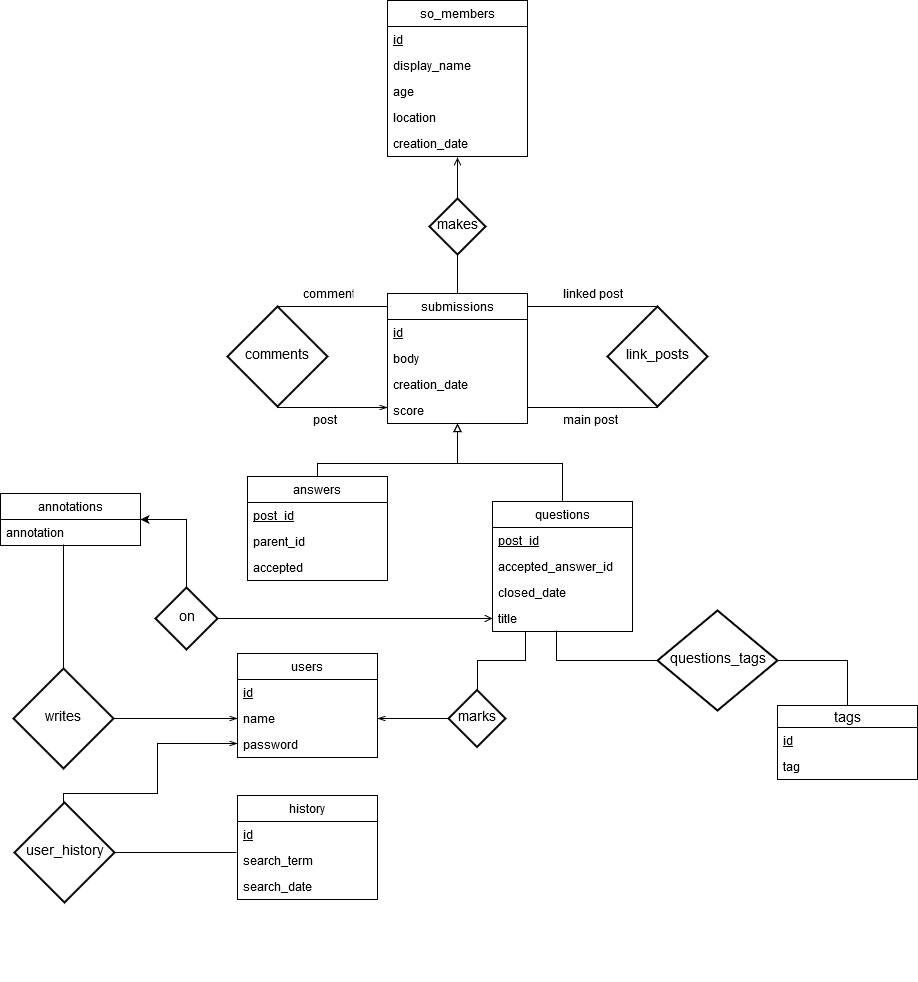
This is uml.png from ivanspajic/SOVA, a draw.io export, as it was before one commit. Source tidied: cells renumbered, new cells last; positions are measured from the earlier drawing's top-left corner, leaving out a move shared by most shapes.
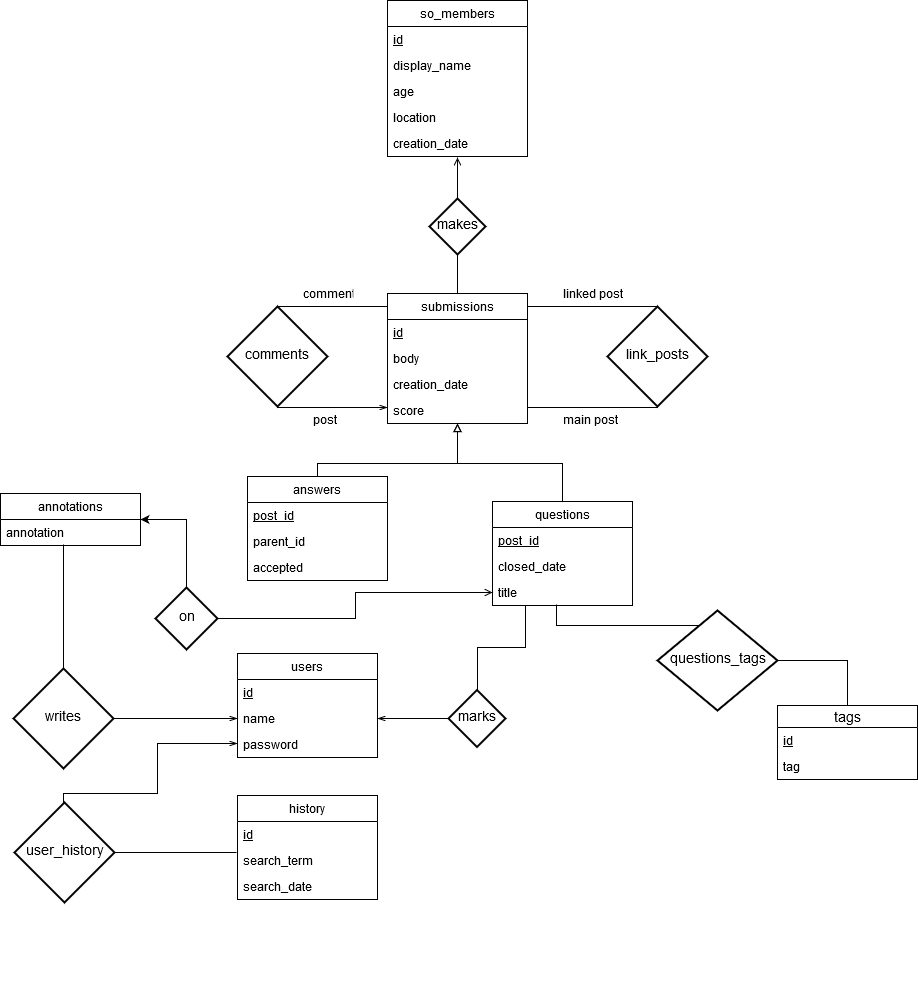
Later version of the same file.

Change to the diagram source:
```diff
@@ -45,19 +45,16 @@
       </mxGeometry>
     </mxCell>
     <mxCell id="14" value="questions" style="swimlane;fontStyle=0;horizontal=1;startSize=26;fillColor=none;" parent="1" vertex="1">
-      <mxGeometry x="492" y="501" width="140" height="130" as="geometry" />
+      <mxGeometry x="492" y="501" width="140" height="104" as="geometry" />
     </mxCell>
     <mxCell id="15" value="post_id" style="text;strokeColor=none;fillColor=none;align=left;verticalAlign=top;spacingLeft=4;spacingRight=4;overflow=hidden;fontStyle=4;" parent="14" vertex="1">
       <mxGeometry y="26" width="140" height="26" as="geometry" />
     </mxCell>
-    <mxCell id="16" value="accepted_answer_id" style="text;strokeColor=none;fillColor=none;align=left;verticalAlign=top;spacingLeft=4;spacingRight=4;overflow=hidden;" parent="14" vertex="1">
-      <mxGeometry y="52" width="140" height="26" as="geometry" />
-    </mxCell>
     <mxCell id="17" value="closed_date" style="text;strokeColor=none;fillColor=none;align=left;verticalAlign=top;spacingLeft=4;spacingRight=4;overflow=hidden;" parent="14" vertex="1">
-      <mxGeometry y="78" width="140" height="26" as="geometry" />
+      <mxGeometry y="52" width="140" height="26" as="geometry" />
     </mxCell>
     <mxCell id="18" value="title" style="text;strokeColor=none;fillColor=none;align=left;verticalAlign=top;spacingLeft=4;spacingRight=4;overflow=hidden;points=[[0,0.5],[1,0.5]];portConstraint=eastwest;" parent="14" vertex="1">
-      <mxGeometry y="104" width="140" height="26" as="geometry" />
+      <mxGeometry y="78" width="140" height="26" as="geometry" />
     </mxCell>
     <mxCell id="19" style="edgeStyle=orthogonalEdgeStyle;rounded=0;jettySize=auto;html=1;entryX=0.5;entryY=1;entryDx=0;entryDy=0;startArrow=none;startFill=0;endArrow=block;endFill=0;" parent="1" edge="1" source="20" target="2">
       <mxGeometry relative="1" as="geometry">
@@ -125,7 +122,11 @@
       <mxGeometry y="26" width="140" height="26" as="geometry" />
     </mxCell>
     <mxCell id="38" style="edgeStyle=orthogonalEdgeStyle;rounded=0;jettySize=auto;html=1;entryX=0.457;entryY=0.962;entryDx=0;entryDy=0;entryPerimeter=0;startArrow=none;startFill=0;endArrow=none;endFill=0;" parent="1" edge="1" source="40" target="18">
-      <mxGeometry relative="1" as="geometry" />
+      <mxGeometry relative="1" as="geometry">
+        <Array as="points">
+          <mxPoint x="556" y="625" />
+        </Array>
+      </mxGeometry>
     </mxCell>
     <mxCell id="39" style="edgeStyle=orthogonalEdgeStyle;rounded=0;jettySize=auto;html=1;entryX=0.5;entryY=0;entryDx=0;entryDy=0;startArrow=none;startFill=0;endArrow=none;endFill=0;" parent="1" edge="1" source="40" target="24">
       <mxGeometry relative="1" as="geometry">
```
